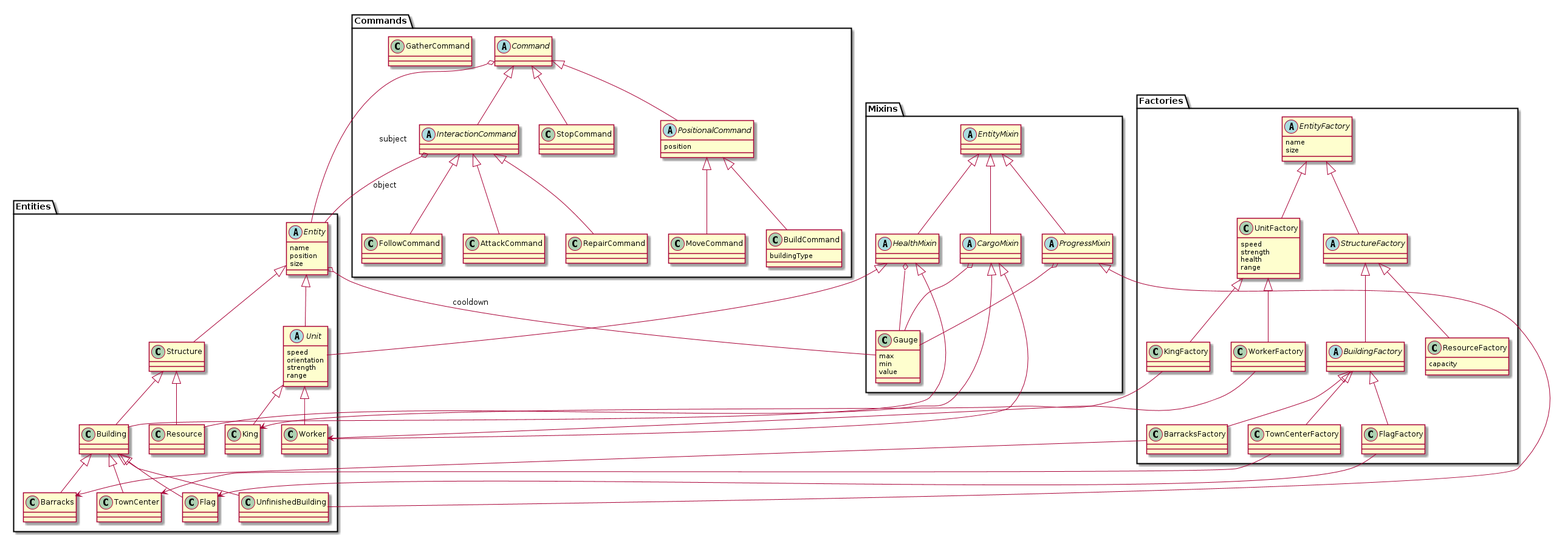
Before: doc/plantuml/clases-tp3.png, a diagram exported from PlantUML (fchurca/fiuba-7542-20152).
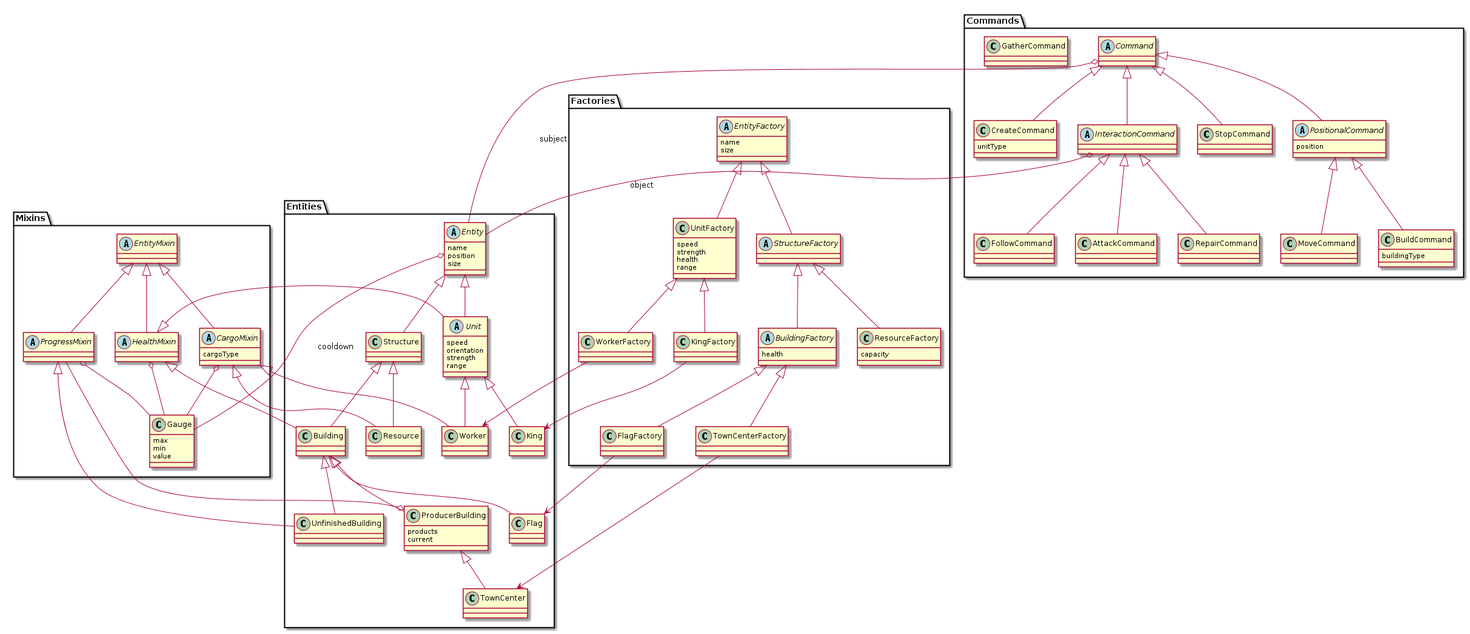
After the commit.

Commit message:
Agrego creación de unidades al diagrama

The edit, as a diff of the source:
```diff
@@ -14,9 +14,12 @@
 range
 }
 class Building
+class ProducerBuilding {
+products
+current
+}
 class UnfinishedBuilding
 class TownCenter
-class Barracks
 class Flag
 class Resource
 class Worker
@@ -26,10 +29,10 @@
 Entity <|-- Structure
 
 Structure <|-- Building
+Building <|-- Flag
 Building <|-- UnfinishedBuilding
-Building <|-- TownCenter
-Building <|-- Barracks
-Building <|-- Flag
+Building <|-- ProducerBuilding
+ProducerBuilding <|-- TownCenter
 
 Structure <|-- Resource
 
@@ -47,10 +50,14 @@
 abstract class EntityMixin
 abstract class ProgressMixin
 abstract class HealthMixin
-abstract class CargoMixin
+abstract class CargoMixin {
+cargoType
+}
 }
 
 Entity o-- Gauge : cooldown
+
+ProducerBuilding o-- ProgressMixin
 
 EntityMixin <|-- ProgressMixin
 ProgressMixin o-- Gauge
@@ -76,6 +83,9 @@
 abstract class PositionalCommand {
 position
 }
+class CreateCommand {
+unitType
+}
 class MoveCommand
 class BuildCommand {
 buildingType
@@ -90,6 +100,8 @@
 Command o-- Entity : subject
 
 Command <|-- StopCommand
+
+Command <|-- CreateCommand
 
 Command <|-- PositionalCommand
 
@@ -117,13 +129,14 @@
 range
 }
 abstract class StructureFactory
-abstract class BuildingFactory
+abstract class BuildingFactory {
+health
+}
 class ResourceFactory {
 capacity
 }
 class WorkerFactory
 class KingFactory
-class BarracksFactory
 class FlagFactory
 class TownCenterFactory
 }
@@ -137,8 +150,6 @@
 WorkerFactory --> Worker
 UnitFactory <|--  KingFactory
 KingFactory --> King
-BuildingFactory <|--  BarracksFactory
-BarracksFactory --> Barracks
 BuildingFactory <|--  FlagFactory
 FlagFactory --> Flag
 BuildingFactory <|--  TownCenterFactory
```
